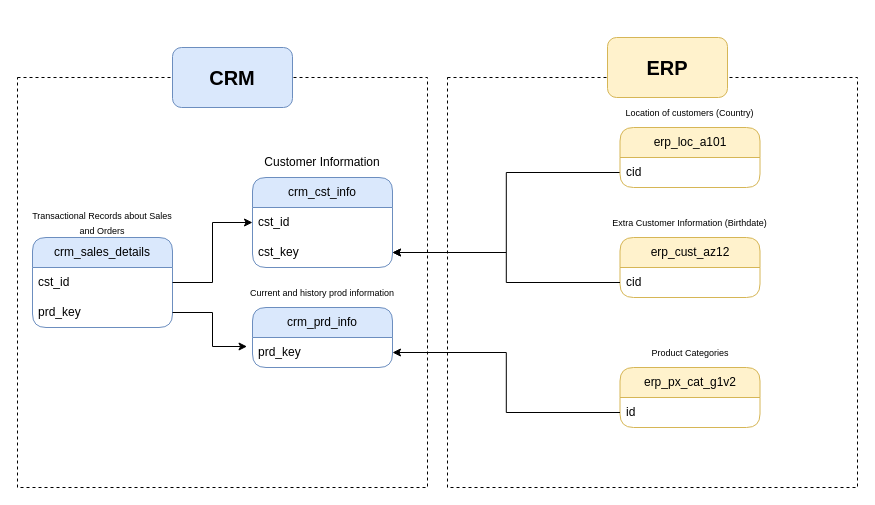
eshitag/sql-data-warehousing-project keeps this draw.io diagram as page "Page-1" (1 of 2) of docs/silver layer.drawio. Above is the earlier version. Source tidied: cells renumbered, new cells numbered last; positions are measured from the earlier drawing's top-left corner, leaving out a move shared by most shapes. Both pictures are drawn from the tidied source at 100%, with x=0, y=0 at pixel (17, 37).
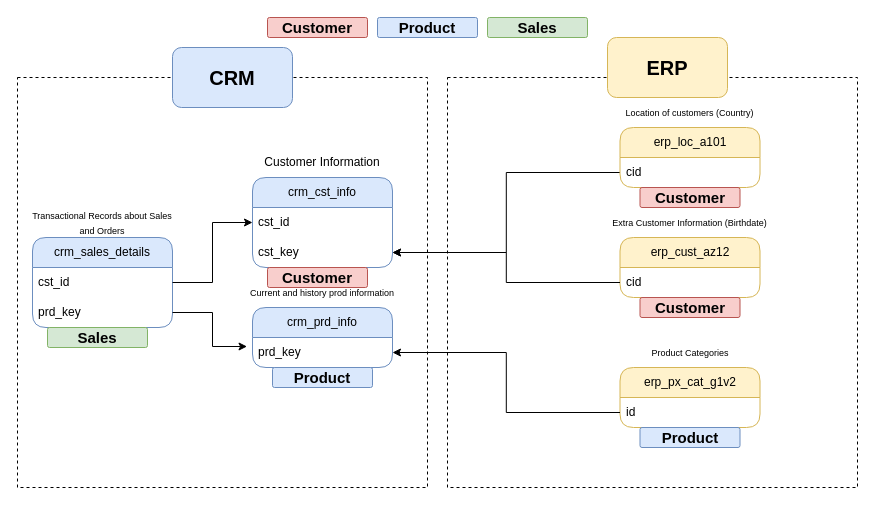
Above is the later version.

Commit message:
Data flow diagram

What changed in the source:
```diff
@@
+    <mxCell id="31" value="Customer" style="rounded=1;arcSize=10;whiteSpace=wrap;html=1;align=center;fillColor=#f8cecc;strokeColor=#b85450;fontStyle=1;fontSize=15;" parent="1" vertex="1">
+      <mxGeometry x="250" y="-20" width="100" height="20" as="geometry" />
+    </mxCell>
+    <mxCell id="32" value="Product" style="rounded=1;arcSize=10;whiteSpace=wrap;html=1;align=center;fillColor=#dae8fc;strokeColor=#6c8ebf;fontStyle=1;fontSize=15;" parent="1" vertex="1">
+      <mxGeometry x="360" y="-20" width="100" height="20" as="geometry" />
+    </mxCell>
+    <mxCell id="33" value="Sales" style="rounded=1;arcSize=10;whiteSpace=wrap;html=1;align=center;fillColor=#d5e8d4;strokeColor=#82b366;fontStyle=1;fontSize=15;" parent="1" vertex="1">
+      <mxGeometry x="470" y="-20" width="100" height="20" as="geometry" />
+    </mxCell>
+    <mxCell id="34" value="Customer" style="rounded=1;arcSize=10;whiteSpace=wrap;html=1;align=center;fillColor=#f8cecc;strokeColor=#b85450;fontStyle=1;fontSize=15;" parent="1" vertex="1">
+      <mxGeometry x="250" y="230" width="100" height="20" as="geometry" />
+    </mxCell>
+    <mxCell id="35" value="Customer" style="rounded=1;arcSize=10;whiteSpace=wrap;html=1;align=center;fillColor=#f8cecc;strokeColor=#b85450;fontStyle=1;fontSize=15;" parent="1" vertex="1">
+      <mxGeometry x="622.5" y="150" width="100" height="20" as="geometry" />
+    </mxCell>
+    <mxCell id="36" value="Customer" style="rounded=1;arcSize=10;whiteSpace=wrap;html=1;align=center;fillColor=#f8cecc;strokeColor=#b85450;fontStyle=1;fontSize=15;" parent="1" vertex="1">
+      <mxGeometry x="622.5" y="260" width="100" height="20" as="geometry" />
+    </mxCell>
+    <mxCell id="37" value="Product" style="rounded=1;arcSize=10;whiteSpace=wrap;html=1;align=center;fillColor=#dae8fc;strokeColor=#6c8ebf;fontStyle=1;fontSize=15;" parent="1" vertex="1">
+      <mxGeometry x="255" y="330" width="100" height="20" as="geometry" />
+    </mxCell>
+    <mxCell id="38" value="Product" style="rounded=1;arcSize=10;whiteSpace=wrap;html=1;align=center;fillColor=#dae8fc;strokeColor=#6c8ebf;fontStyle=1;fontSize=15;" parent="1" vertex="1">
+      <mxGeometry x="622.5" y="390" width="100" height="20" as="geometry" />
+    </mxCell>
+    <mxCell id="39" value="Sales" style="rounded=1;arcSize=10;whiteSpace=wrap;html=1;align=center;fillColor=#d5e8d4;strokeColor=#82b366;fontStyle=1;fontSize=15;" parent="1" vertex="1">
+      <mxGeometry x="30" y="290" width="100" height="20" as="geometry" />
+    </mxCell>
```
